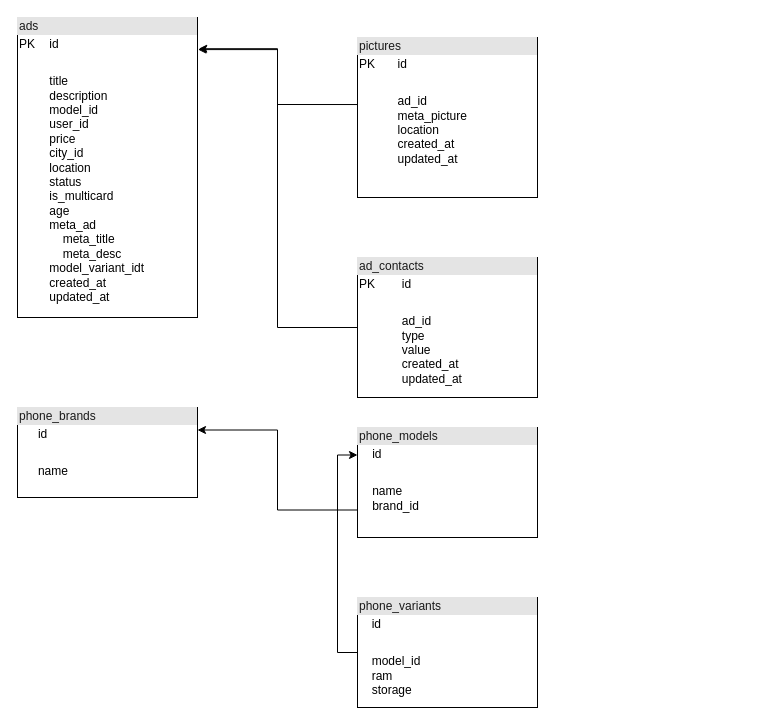
This is page "ads" (4 of 5) of diagrams.dio from Mdhesari/devicechi, a draw.io file, before an edit. Source tidied: cells renumbered, new cells numbered last; positions are measured from the earlier drawing's top-left corner, leaving out a move shared by most shapes. Both pictures are drawn from the tidied source at 100%, with x=0, y=0 at pixel (17, 17).
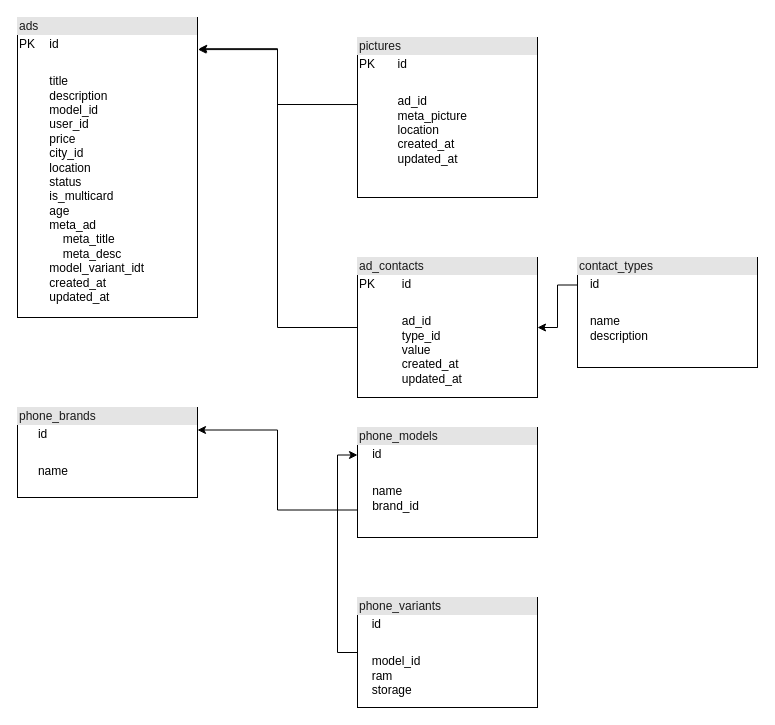
The same diagram, later.

Commit message (it also covers changes not shown here):
create ad pictures and ad contacts migrations

Diff of the diagram source:
```diff
@@
 <mxGraphModel>
   <root>
     <mxCell id="0" />
     <mxCell id="1" parent="0" />
     <mxCell id="2" value="&lt;div style=&quot;box-sizing: border-box ; width: 100% ; background: #e4e4e4 ; padding: 2px&quot;&gt;&lt;font color=&quot;#1a1a1a&quot;&gt;ads&lt;/font&gt;&lt;/div&gt;&lt;table style=&quot;width: 100% ; font-size: 1em&quot; cellpadding=&quot;2&quot; cellspacing=&quot;0&quot;&gt;&lt;tbody&gt;&lt;tr&gt;&lt;td&gt;PK&lt;/td&gt;&lt;td&gt;id&lt;/td&gt;&lt;/tr&gt;&lt;tr&gt;&lt;td&gt;&lt;br&gt;&lt;/td&gt;&lt;td&gt;&lt;br&gt;&lt;/td&gt;&lt;/tr&gt;&lt;tr&gt;&lt;td&gt;&lt;/td&gt;&lt;td&gt;title&lt;br&gt;description&lt;br&gt;model_id&lt;br&gt;user_id&lt;br&gt;price&lt;br&gt;city_id&lt;br&gt;location&lt;br&gt;status&lt;br&gt;is_multicard&lt;br&gt;age&lt;br&gt;meta_ad&lt;br&gt;&amp;nbsp; &amp;nbsp; meta_title&lt;br&gt;&amp;nbsp; &amp;nbsp; meta_desc&lt;br&gt;model_variant_idt&lt;br&gt;created_at&lt;br&gt;updated_at&lt;/td&gt;&lt;/tr&gt;&lt;/tbody&gt;&lt;/table&gt;" style="verticalAlign=top;align=left;overflow=fill;html=1;" parent="1" vertex="1">
       <mxGeometry width="180" height="300" as="geometry" />
     </mxCell>
     <mxCell id="3" style="edgeStyle=orthogonalEdgeStyle;rounded=0;jettySize=auto;html=1;entryX=1.007;entryY=0.104;entryDx=0;entryDy=0;entryPerimeter=0;exitX=-0.002;exitY=0.419;exitDx=0;exitDy=0;exitPerimeter=0;" parent="1" edge="1" source="4" target="2">
       <mxGeometry relative="1" as="geometry" />
     </mxCell>
     <mxCell id="4" value="&lt;div style=&quot;box-sizing: border-box ; width: 100% ; background: #e4e4e4 ; padding: 2px&quot;&gt;&lt;font color=&quot;#1a1a1a&quot;&gt;pictures&lt;/font&gt;&lt;/div&gt;&lt;table style=&quot;width: 100% ; font-size: 1em&quot; cellpadding=&quot;2&quot; cellspacing=&quot;0&quot;&gt;&lt;tbody&gt;&lt;tr&gt;&lt;td&gt;PK&lt;/td&gt;&lt;td&gt;id&lt;/td&gt;&lt;/tr&gt;&lt;tr&gt;&lt;td&gt;&lt;br&gt;&lt;/td&gt;&lt;td&gt;&lt;br&gt;&lt;/td&gt;&lt;/tr&gt;&lt;tr&gt;&lt;td&gt;&lt;/td&gt;&lt;td&gt;ad_id&lt;br&gt;meta_picture&lt;br&gt;location&lt;br&gt;created_at&lt;br&gt;updated_at&lt;/td&gt;&lt;/tr&gt;&lt;/tbody&gt;&lt;/table&gt;" style="verticalAlign=top;align=left;overflow=fill;html=1;" parent="1" vertex="1">
       <mxGeometry x="340" y="20" width="180" height="160" as="geometry" />
     </mxCell>
     <mxCell id="5" style="edgeStyle=orthogonalEdgeStyle;rounded=0;jettySize=auto;html=1;exitX=0;exitY=0.5;exitDx=0;exitDy=0;entryX=1.003;entryY=0.107;entryDx=0;entryDy=0;entryPerimeter=0;" parent="1" edge="1" source="6" target="2">
       <mxGeometry relative="1" as="geometry" />
     </mxCell>
-    <mxCell id="6" value="&lt;div style=&quot;box-sizing: border-box ; width: 100% ; background: #e4e4e4 ; padding: 2px&quot;&gt;&lt;font color=&quot;#1a1a1a&quot;&gt;ad_contacts&lt;/font&gt;&lt;/div&gt;&lt;table style=&quot;width: 100% ; font-size: 1em&quot; cellpadding=&quot;2&quot; cellspacing=&quot;0&quot;&gt;&lt;tbody&gt;&lt;tr&gt;&lt;td&gt;PK&lt;/td&gt;&lt;td&gt;id&lt;/td&gt;&lt;/tr&gt;&lt;tr&gt;&lt;td&gt;&lt;br&gt;&lt;/td&gt;&lt;td&gt;&lt;br&gt;&lt;/td&gt;&lt;/tr&gt;&lt;tr&gt;&lt;td&gt;&lt;/td&gt;&lt;td&gt;ad_id&lt;br&gt;type&lt;br&gt;value&lt;br&gt;created_at&lt;br&gt;updated_at&lt;/td&gt;&lt;/tr&gt;&lt;/tbody&gt;&lt;/table&gt;" style="verticalAlign=top;align=left;overflow=fill;html=1;" parent="1" vertex="1">
+    <mxCell id="6" value="&lt;div style=&quot;box-sizing: border-box ; width: 100% ; background: #e4e4e4 ; padding: 2px&quot;&gt;&lt;font color=&quot;#1a1a1a&quot;&gt;ad_contacts&lt;/font&gt;&lt;/div&gt;&lt;table style=&quot;width: 100% ; font-size: 1em&quot; cellpadding=&quot;2&quot; cellspacing=&quot;0&quot;&gt;&lt;tbody&gt;&lt;tr&gt;&lt;td&gt;PK&lt;/td&gt;&lt;td&gt;id&lt;/td&gt;&lt;/tr&gt;&lt;tr&gt;&lt;td&gt;&lt;br&gt;&lt;/td&gt;&lt;td&gt;&lt;br&gt;&lt;/td&gt;&lt;/tr&gt;&lt;tr&gt;&lt;td&gt;&lt;/td&gt;&lt;td&gt;ad_id&lt;br&gt;type_id&lt;br&gt;value&lt;br&gt;created_at&lt;br&gt;updated_at&lt;/td&gt;&lt;/tr&gt;&lt;/tbody&gt;&lt;/table&gt;" style="verticalAlign=top;align=left;overflow=fill;html=1;" parent="1" vertex="1">
       <mxGeometry x="340" y="240" width="180" height="140" as="geometry" />
     </mxCell>
     <mxCell id="7" style="edgeStyle=orthogonalEdgeStyle;rounded=0;jettySize=auto;html=1;exitX=0;exitY=0.75;exitDx=0;exitDy=0;entryX=1;entryY=0.25;entryDx=0;entryDy=0;" parent="1" edge="1" source="8" target="9">
       <mxGeometry relative="1" as="geometry" />
     </mxCell>
     <mxCell id="8" value="&lt;div style=&quot;box-sizing: border-box ; width: 100% ; background: #e4e4e4 ; padding: 2px&quot;&gt;&lt;font color=&quot;#1a1a1a&quot;&gt;phone_models&lt;/font&gt;&lt;/div&gt;&lt;table style=&quot;width: 100% ; font-size: 1em&quot; cellpadding=&quot;2&quot; cellspacing=&quot;0&quot;&gt;&lt;tbody&gt;&lt;tr&gt;&lt;td&gt;&lt;br&gt;&lt;/td&gt;&lt;td&gt;id&lt;/td&gt;&lt;/tr&gt;&lt;tr&gt;&lt;td&gt;&lt;br&gt;&lt;/td&gt;&lt;td&gt;&lt;br&gt;&lt;/td&gt;&lt;/tr&gt;&lt;tr&gt;&lt;td&gt;&lt;/td&gt;&lt;td&gt;name&lt;br&gt;brand_id&lt;br&gt;&lt;/td&gt;&lt;/tr&gt;&lt;/tbody&gt;&lt;/table&gt;" style="verticalAlign=top;align=left;overflow=fill;html=1;" parent="1" vertex="1">
       <mxGeometry x="340" y="410" width="180" height="110" as="geometry" />
     </mxCell>
     <mxCell id="9" value="&lt;div style=&quot;box-sizing: border-box ; width: 100% ; background: #e4e4e4 ; padding: 2px&quot;&gt;&lt;font color=&quot;#1a1a1a&quot;&gt;phone_brands&lt;/font&gt;&lt;/div&gt;&lt;table style=&quot;width: 100% ; font-size: 1em&quot; cellpadding=&quot;2&quot; cellspacing=&quot;0&quot;&gt;&lt;tbody&gt;&lt;tr&gt;&lt;td&gt;&lt;br&gt;&lt;/td&gt;&lt;td&gt;id&lt;/td&gt;&lt;/tr&gt;&lt;tr&gt;&lt;td&gt;&lt;br&gt;&lt;/td&gt;&lt;td&gt;&lt;br&gt;&lt;/td&gt;&lt;/tr&gt;&lt;tr&gt;&lt;td&gt;&lt;/td&gt;&lt;td&gt;name&lt;br&gt;&lt;/td&gt;&lt;/tr&gt;&lt;/tbody&gt;&lt;/table&gt;" style="verticalAlign=top;align=left;overflow=fill;html=1;" parent="1" vertex="1">
       <mxGeometry y="390" width="180" height="90" as="geometry" />
     </mxCell>
     <mxCell id="10" style="edgeStyle=orthogonalEdgeStyle;rounded=0;jettySize=auto;html=1;exitX=0;exitY=0.5;exitDx=0;exitDy=0;entryX=0;entryY=0.25;entryDx=0;entryDy=0;" parent="1" edge="1" source="11" target="8">
       <mxGeometry relative="1" as="geometry" />
     </mxCell>
     <mxCell id="11" value="&lt;div style=&quot;box-sizing: border-box ; width: 100% ; background: #e4e4e4 ; padding: 2px&quot;&gt;&lt;font color=&quot;#1a1a1a&quot;&gt;phone_variants&lt;/font&gt;&lt;/div&gt;&lt;table style=&quot;width: 100% ; font-size: 1em&quot; cellpadding=&quot;2&quot; cellspacing=&quot;0&quot;&gt;&lt;tbody&gt;&lt;tr&gt;&lt;td&gt;&lt;br&gt;&lt;/td&gt;&lt;td&gt;id&lt;/td&gt;&lt;/tr&gt;&lt;tr&gt;&lt;td&gt;&lt;br&gt;&lt;/td&gt;&lt;td&gt;&lt;br&gt;&lt;/td&gt;&lt;/tr&gt;&lt;tr&gt;&lt;td&gt;&lt;/td&gt;&lt;td&gt;model_id&lt;br&gt;ram&lt;br&gt;storage&lt;/td&gt;&lt;/tr&gt;&lt;/tbody&gt;&lt;/table&gt;" style="verticalAlign=top;align=left;overflow=fill;html=1;" parent="1" vertex="1">
       <mxGeometry x="340" y="580" width="180" height="110" as="geometry" />
     </mxCell>
+    <mxCell id="12" style="edgeStyle=orthogonalEdgeStyle;rounded=0;jettySize=auto;html=1;exitX=0;exitY=0.25;exitDx=0;exitDy=0;entryX=1;entryY=0.5;entryDx=0;entryDy=0;" parent="1" edge="1" source="13" target="6">
+      <mxGeometry relative="1" as="geometry" />
+    </mxCell>
+    <mxCell id="13" value="&lt;div style=&quot;box-sizing: border-box ; width: 100% ; background: #e4e4e4 ; padding: 2px&quot;&gt;&lt;font color=&quot;#1a1a1a&quot;&gt;contact_types&lt;/font&gt;&lt;/div&gt;&lt;table style=&quot;width: 100% ; font-size: 1em&quot; cellpadding=&quot;2&quot; cellspacing=&quot;0&quot;&gt;&lt;tbody&gt;&lt;tr&gt;&lt;td&gt;&lt;br&gt;&lt;/td&gt;&lt;td&gt;id&lt;/td&gt;&lt;/tr&gt;&lt;tr&gt;&lt;td&gt;&lt;br&gt;&lt;/td&gt;&lt;td&gt;&lt;br&gt;&lt;/td&gt;&lt;/tr&gt;&lt;tr&gt;&lt;td&gt;&lt;/td&gt;&lt;td&gt;name&lt;br&gt;description&lt;/td&gt;&lt;/tr&gt;&lt;/tbody&gt;&lt;/table&gt;" style="verticalAlign=top;align=left;overflow=fill;html=1;" parent="1" vertex="1">
+      <mxGeometry x="560" y="240" width="180" height="110" as="geometry" />
+    </mxCell>
   </root>
 </mxGraphModel>
```
